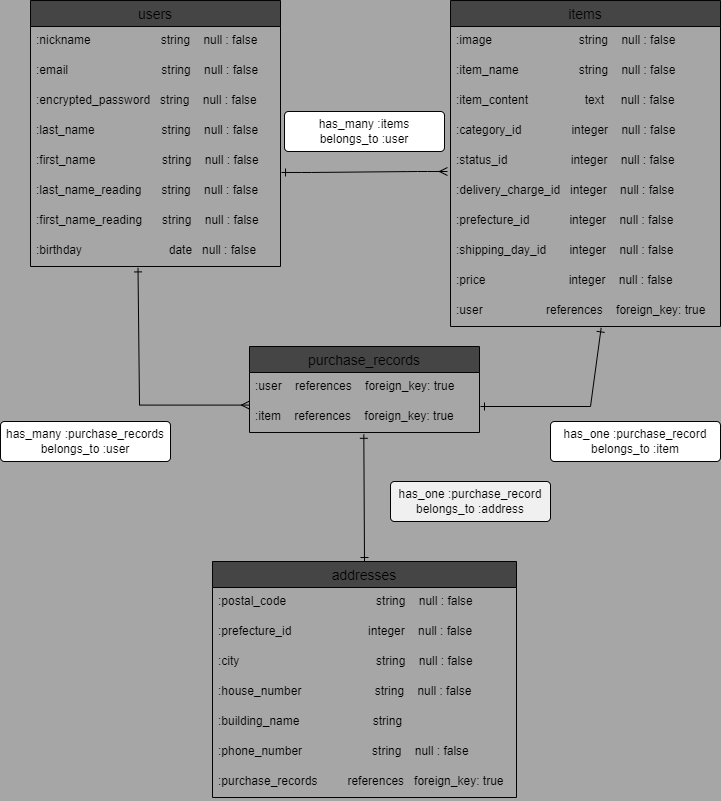
This is furima-40340.drawio.png from CielSA0512/furima-40340, a draw.io export, as it was before one commit. Source tidied: cells renumbered, new cells last; positions are measured from the earlier drawing's top-left corner, leaving out a move shared by most shapes.
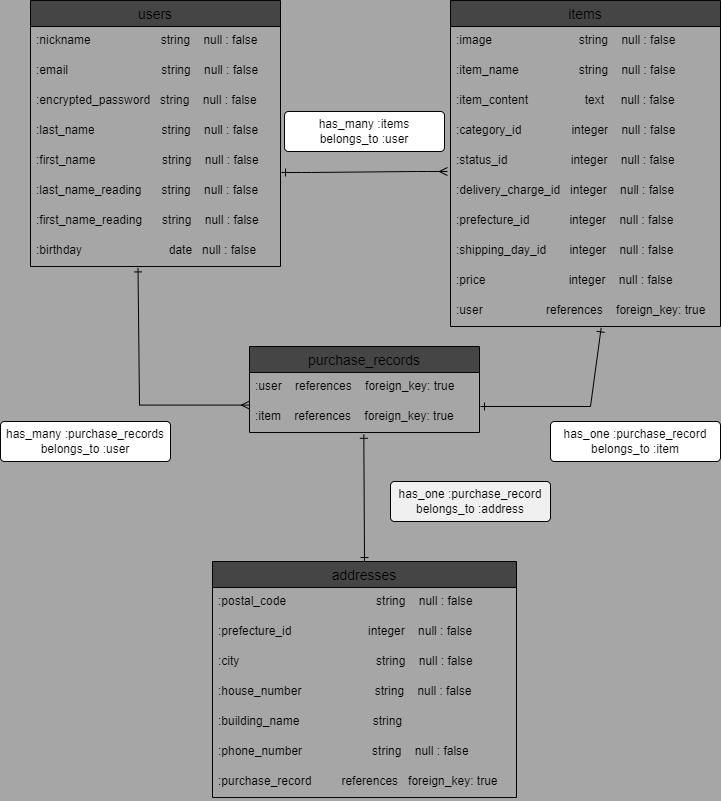
Above is the later version.

Commit message:
データベース設計修正5

What changed in the source:
```diff
@@ -83,7 +83,7 @@
     <mxCell id="28" value=":phone_number                     string    null : false" style="text;strokeColor=none;fillColor=none;spacingLeft=4;spacingRight=4;overflow=hidden;fontSize=12;" parent="22" vertex="1">
       <mxGeometry y="176" width="304" height="30" as="geometry" />
     </mxCell>
-    <mxCell id="29" value=":purchase_records         references   foreign_key: true" style="text;strokeColor=none;fillColor=none;spacingLeft=4;spacingRight=4;overflow=hidden;fontSize=12;" parent="22" vertex="1">
+    <mxCell id="29" value=":purchase_record         references   foreign_key: true" style="text;strokeColor=none;fillColor=none;spacingLeft=4;spacingRight=4;overflow=hidden;fontSize=12;" parent="22" vertex="1">
       <mxGeometry y="206" width="304" height="30" as="geometry" />
     </mxCell>
     <mxCell id="30" value="has_many :items&lt;br&gt;belongs_to :user" style="rounded=1;arcSize=10;whiteSpace=wrap;html=1;align=center;strokeColor=#030303;fillColor=#FFFFFF;fontColor=#030303;" parent="1" vertex="1">
```
